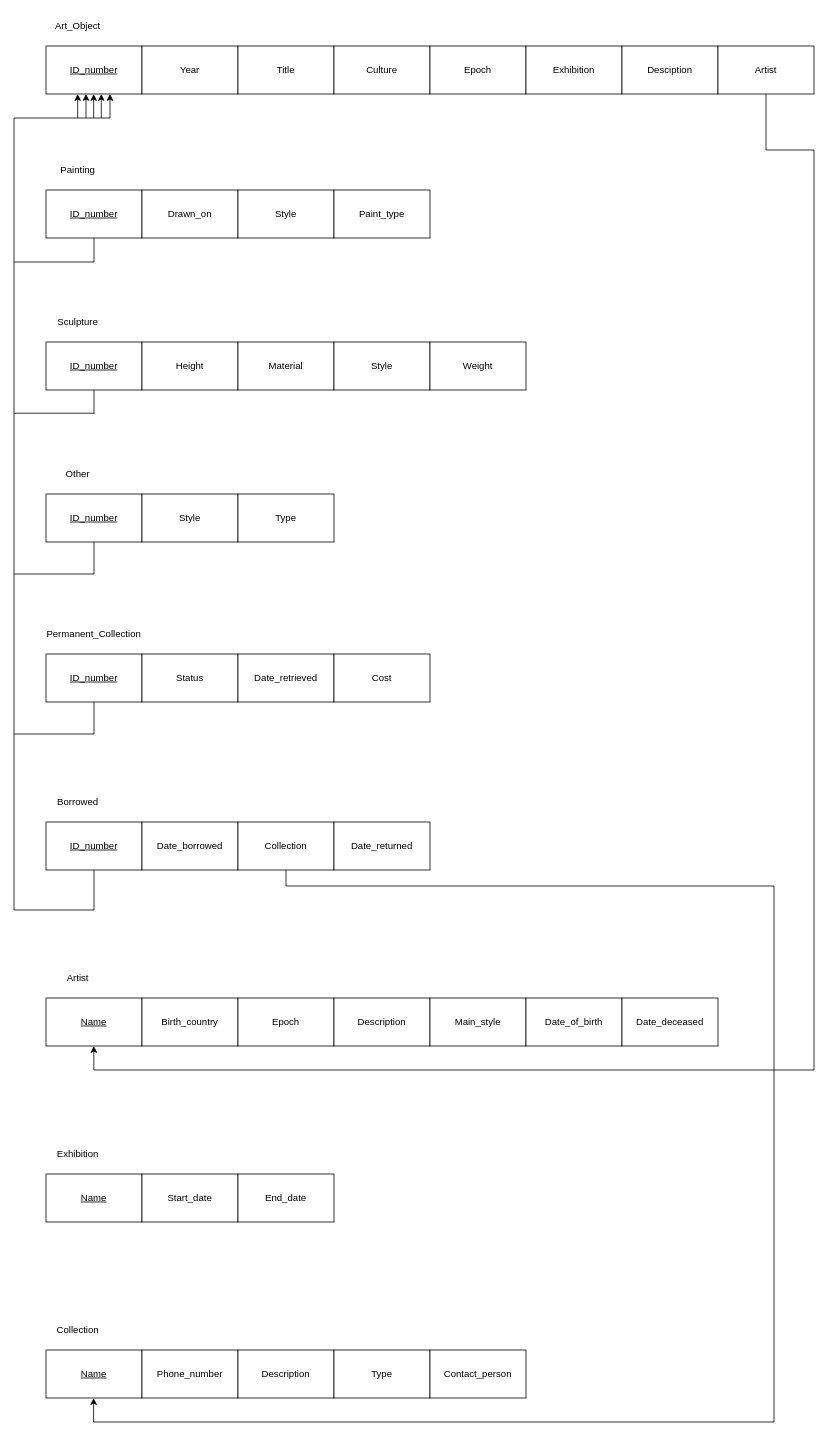
Before: EERD.drawio in ENSF-300-F23/museum-project-l03-35, a draw.io diagram. Source tidied: cells renumbered, new cells numbered last; positions are measured from the earlier drawing's top-left corner, leaving out a move shared by most shapes. Both pictures are drawn from the tidied source at 80%, with x=0, y=0 at pixel (14, 14).
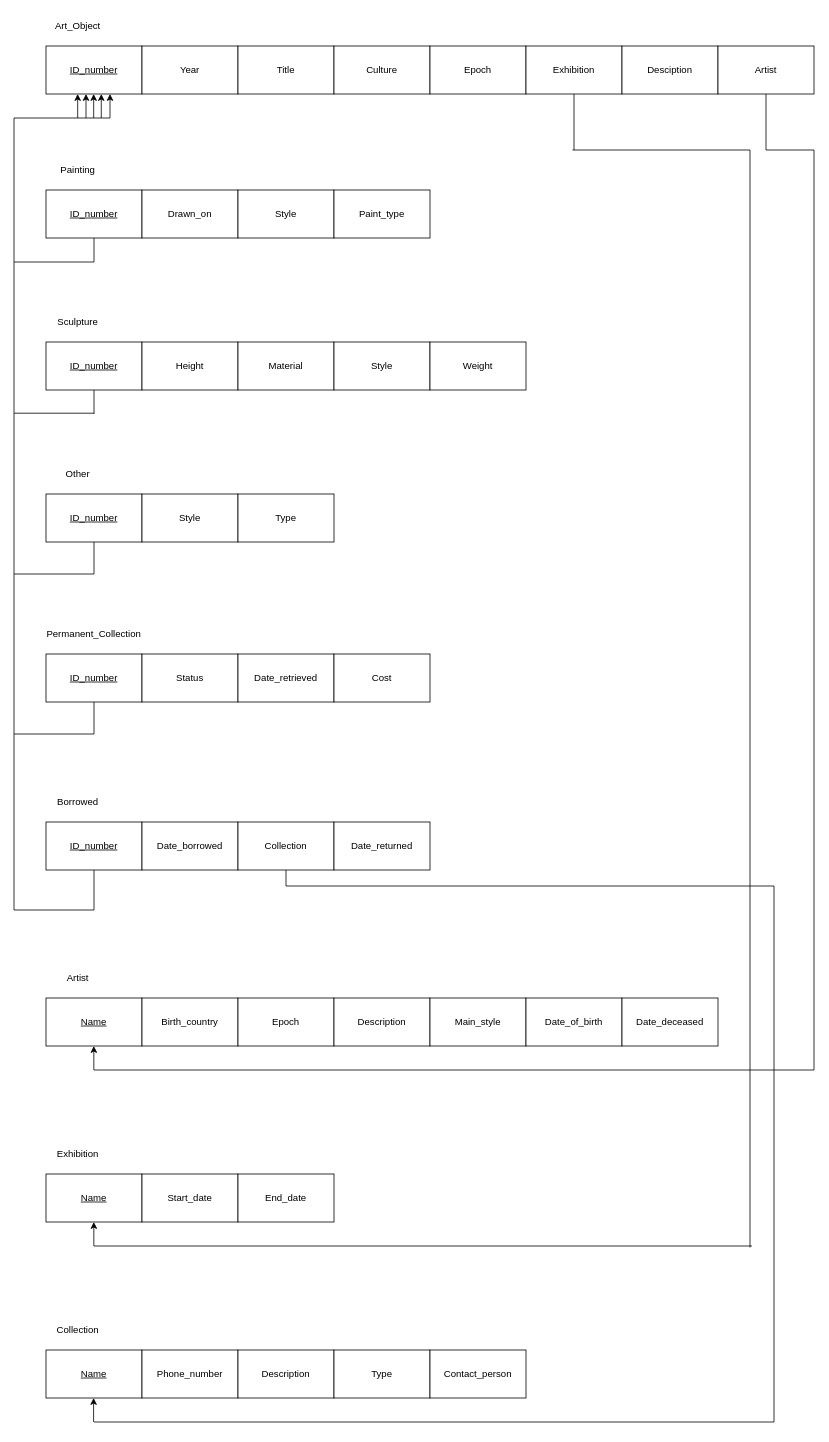
The same page after the edit.

Commit message:
Added foreign key connection calling exhibition name from "Exhibition" to "Art Object"

Unchanged cells that the change refers to:
```xml
<mxCell id="46" value="Exhibition" style="rounded=0;whiteSpace=wrap;html=1;" parent="1" vertex="1">
  <mxGeometry x="640" y="40" width="120" height="60" as="geometry" />
</mxCell>
```

The edit, as a diff of the source:
```diff
@@
+    <mxCell id="82" style="endArrow=classic;html=1;rounded=0;" parent="1" edge="1">
+      <mxGeometry relative="1" as="geometry">
+        <mxPoint x="99.8" y="1540" as="sourcePoint" />
+        <mxPoint x="99.8" y="1510" as="targetPoint" />
+      </mxGeometry>
+    </mxCell>
+    <mxCell id="83" style="endArrow=none;html=1;rounded=0;" parent="1" edge="1">
+      <mxGeometry relative="1" as="geometry">
+        <mxPoint x="100" y="1540" as="sourcePoint" />
+        <mxPoint x="922.4" y="1540" as="targetPoint" />
+      </mxGeometry>
+    </mxCell>
+    <mxCell id="84" style="endArrow=none;html=1;rounded=0;" parent="1" edge="1">
+      <mxGeometry relative="1" as="geometry">
+        <mxPoint x="920" y="1541.8" as="sourcePoint" />
+        <mxPoint x="920" y="170" as="targetPoint" />
+      </mxGeometry>
+    </mxCell>
+    <mxCell id="85" style="endArrow=none;html=1;rounded=0;" parent="1" edge="1">
+      <mxGeometry relative="1" as="geometry">
+        <mxPoint x="698.1" y="170" as="sourcePoint" />
+        <mxPoint x="920" y="170" as="targetPoint" />
+      </mxGeometry>
+    </mxCell>
+    <mxCell id="86" style="endArrow=none;html=1;rounded=0;exitX=0.5;exitY=1;exitDx=0;exitDy=0;" parent="1" edge="1" source="46">
+      <mxGeometry relative="1" as="geometry">
+        <mxPoint x="700" y="170" as="targetPoint" />
+      </mxGeometry>
+    </mxCell>
```
